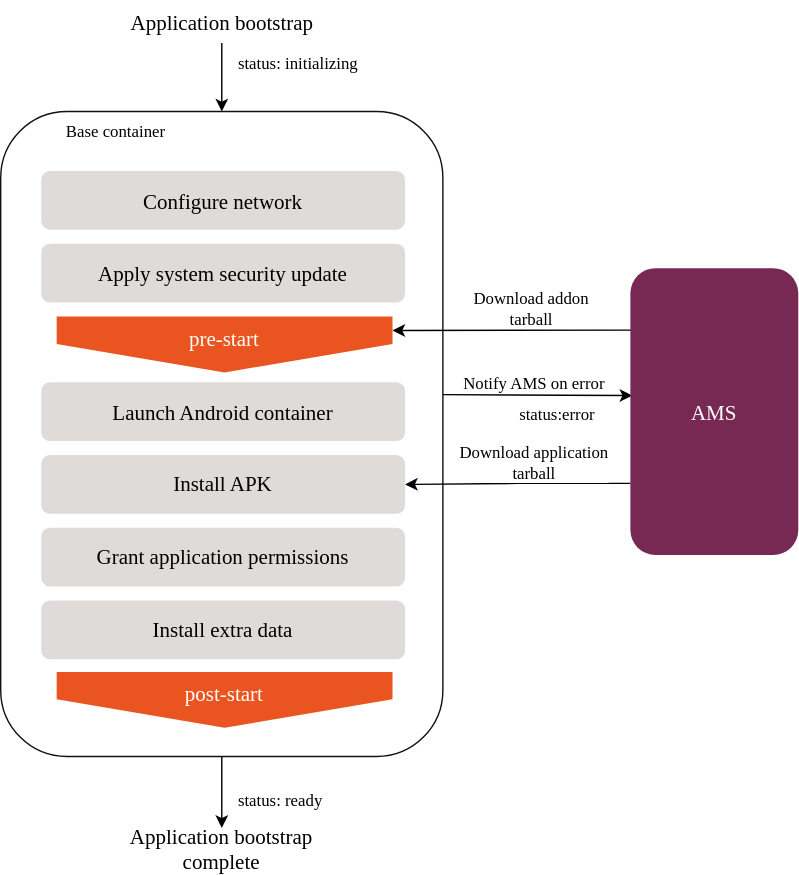
This is images/application-bootstrap.svg from anbox-cloud/discourse-docs, a draw.io export, as it was before one commit. Source tidied: cells renumbered, new cells last; positions are measured from the earlier drawing's top-left corner, leaving out a move shared by most shapes. Its diagram source:
```xml
<mxGraphModel>
  <root>
    <mxCell id="0" />
    <mxCell id="1" parent="0" />
    <mxCell id="2" style="edgeStyle=orthogonalEdgeStyle;rounded=0;jettySize=auto;html=1;fontFamily=ubuntu;fontSource=https%3A%2F%2Ffonts.googleapis.com%2Fcss%3Ffamily%3Dubuntu;fontSize=15;verticalAlign=bottom;startArrow=none;startFill=0;" parent="1" edge="1" source="11" target="6">
      <mxGeometry relative="1" as="geometry" />
    </mxCell>
    <mxCell id="3" style="edgeStyle=none;rounded=0;jettySize=auto;html=1;fontFamily=ubuntu;fontSource=https%3A%2F%2Ffonts.googleapis.com%2Fcss%3Ffamily%3Dubuntu;fontSize=12;startArrow=none;startFill=0;verticalAlign=bottom;exitX=0.999;exitY=0.439;exitDx=0;exitDy=0;exitPerimeter=0;entryX=0.011;entryY=0.444;entryDx=0;entryDy=0;entryPerimeter=0;" parent="1" edge="1" source="6" target="20">
      <mxGeometry relative="1" as="geometry" />
    </mxCell>
    <mxCell id="4" value="Notify AMS on error" style="edgeLabel;html=1;align=center;verticalAlign=bottom;fontSize=12;fontFamily=ubuntu;labelPosition=center;verticalLabelPosition=top;" parent="3" vertex="1">
      <mxGeometry x="-0.31" relative="1" as="geometry">
        <mxPoint x="18" as="offset" />
      </mxGeometry>
    </mxCell>
    <mxCell id="5" value="status:error" style="edgeLabel;html=1;align=left;verticalAlign=top;fontSize=12;fontFamily=ubuntu;labelPosition=right;verticalLabelPosition=bottom;" parent="3" vertex="1">
      <mxGeometry x="-0.21" relative="1" as="geometry" />
    </mxCell>
    <mxCell id="6" style="rounded=1;whiteSpace=wrap;html=1;fillColor=#FFFFFF;strokeColor=#111111;" parent="1" vertex="1">
      <mxGeometry y="79" width="316" height="461" as="geometry" />
    </mxCell>
    <mxCell id="7" value="&lt;font face=&quot;ubuntu&quot; style=&quot;font-size: 15px&quot;&gt;Apply system security update&lt;/font&gt;" style="rounded=1;whiteSpace=wrap;html=1;strokeColor=none;fillColor=#DEDBD8;" parent="1" vertex="1">
      <mxGeometry x="29" y="173.5" width="260" height="42" as="geometry" />
    </mxCell>
    <mxCell id="8" value="&lt;font face=&quot;ubuntu&quot; style=&quot;font-size: 15px&quot;&gt;Configure network&lt;/font&gt;" style="rounded=1;whiteSpace=wrap;html=1;strokeColor=none;fillColor=#DEDBD8;" parent="1" vertex="1">
      <mxGeometry x="29" y="121.5" width="260" height="42" as="geometry" />
    </mxCell>
    <mxCell id="9" value="&lt;span&gt;pre-start&lt;/span&gt;" style="shape=offPageConnector;whiteSpace=wrap;html=1;fillColor=#E95420;fontSize=15;fontColor=#FFFFFF;size=0.5093750000000015;verticalAlign=top;strokeColor=none;fontFamily=ubuntu;fontSource=https%3A%2F%2Ffonts.googleapis.com%2Fcss%3Ffamily%3Dubuntu;" parent="1" vertex="1">
      <mxGeometry x="40" y="225.5" width="240" height="40" as="geometry" />
    </mxCell>
    <mxCell id="10" value="&lt;span&gt;post-start&lt;/span&gt;" style="shape=offPageConnector;whiteSpace=wrap;html=1;fillColor=#E95420;fontSize=15;fontColor=#FFFFFF;size=0.5093750000000015;verticalAlign=top;strokeColor=none;fontFamily=ubuntu;fontSource=https%3A%2F%2Ffonts.googleapis.com%2Fcss%3Ffamily%3Dubuntu;" parent="1" vertex="1">
      <mxGeometry x="40" y="479.5" width="240" height="40" as="geometry" />
    </mxCell>
    <mxCell id="11" value="&lt;font style=&quot;font-size: 15px&quot;&gt;Application bootstrap&lt;/font&gt;" style="text;html=1;strokeColor=none;fillColor=none;align=center;verticalAlign=middle;whiteSpace=wrap;rounded=0;fontFamily=ubuntu;fontSource=https%3A%2F%2Ffonts.googleapis.com%2Fcss%3Ffamily%3Dubuntu;fontSize=15;" parent="1" vertex="1">
      <mxGeometry x="79.5" width="157" height="30" as="geometry" />
    </mxCell>
    <mxCell id="12" style="edgeStyle=orthogonalEdgeStyle;rounded=0;jettySize=auto;html=1;exitX=0.5;exitY=1;exitDx=0;exitDy=0;entryX=0.5;entryY=0;entryDx=0;entryDy=0;fontFamily=ubuntu;fontSource=https%3A%2F%2Ffonts.googleapis.com%2Fcss%3Ffamily%3Dubuntu;fontSize=15;verticalAlign=bottom;" parent="1" edge="1" source="6" target="13">
      <mxGeometry relative="1" as="geometry" />
    </mxCell>
    <mxCell id="13" value="&lt;font style=&quot;font-size: 15px&quot;&gt;Application bootstrap complete&lt;/font&gt;" style="text;html=1;strokeColor=none;fillColor=none;align=center;verticalAlign=middle;whiteSpace=wrap;rounded=0;fontFamily=ubuntu;fontSource=https%3A%2F%2Ffonts.googleapis.com%2Fcss%3Ffamily%3Dubuntu;fontSize=15;" parent="1" vertex="1">
      <mxGeometry x="63" y="591" width="190" height="30" as="geometry" />
    </mxCell>
    <mxCell id="14" value="&lt;font style=&quot;font-size: 12px&quot;&gt;status: initializing&lt;/font&gt;" style="text;html=1;align=left;verticalAlign=middle;fillColor=none;strokeColor=none;rounded=0;fontFamily=ubuntu;fontSource=https%3A%2F%2Ffonts.googleapis.com%2Fcss%3Ffamily%3Dubuntu;fontSize=15;" parent="1" vertex="1">
      <mxGeometry x="168" y="33" width="110" height="20" as="geometry" />
    </mxCell>
    <mxCell id="15" value="&lt;font style=&quot;font-size: 12px&quot;&gt;status: ready&lt;/font&gt;" style="text;html=1;align=left;verticalAlign=middle;fillColor=none;strokeColor=none;rounded=0;fontFamily=ubuntu;fontSource=https%3A%2F%2Ffonts.googleapis.com%2Fcss%3Ffamily%3Dubuntu;fontSize=15;" parent="1" vertex="1">
      <mxGeometry x="168" y="560" width="90" height="20" as="geometry" />
    </mxCell>
    <mxCell id="16" style="edgeStyle=none;rounded=0;jettySize=auto;html=1;exitX=0.006;exitY=0.216;exitDx=0;exitDy=0;entryX=1;entryY=0.25;entryDx=0;entryDy=0;fontFamily=ubuntu;fontSource=https%3A%2F%2Ffonts.googleapis.com%2Fcss%3Ffamily%3Dubuntu;fontSize=15;startArrow=none;startFill=0;verticalAlign=bottom;exitPerimeter=0;" parent="1" edge="1" source="20" target="9">
      <mxGeometry relative="1" as="geometry" />
    </mxCell>
    <mxCell id="17" value="Download addon&lt;br&gt;tarball" style="edgeLabel;html=1;align=center;verticalAlign=bottom;fontSize=12;fontFamily=ubuntu;labelPosition=center;verticalLabelPosition=top;" parent="16" vertex="1">
      <mxGeometry x="-0.27" y="1" relative="1" as="geometry">
        <mxPoint x="-10" y="-1" as="offset" />
      </mxGeometry>
    </mxCell>
    <mxCell id="18" style="edgeStyle=orthogonalEdgeStyle;rounded=0;jettySize=auto;html=1;exitX=0;exitY=0.75;exitDx=0;exitDy=0;" parent="1" edge="1" source="20" target="22">
      <mxGeometry relative="1" as="geometry" />
    </mxCell>
    <mxCell id="19" value="&lt;font face=&quot;ubuntu&quot; style=&quot;font-size: 12px&quot;&gt;Download application&lt;br&gt;tarball&lt;/font&gt;" style="edgeLabel;html=1;align=center;verticalAlign=bottom;labelPosition=center;verticalLabelPosition=top;" parent="18" vertex="1">
      <mxGeometry x="0.13" y="-1" relative="1" as="geometry">
        <mxPoint x="21" y="1" as="offset" />
      </mxGeometry>
    </mxCell>
    <mxCell id="20" value="&lt;font color=&quot;#ffffff&quot;&gt;AMS&lt;/font&gt;" style="rounded=1;whiteSpace=wrap;html=1;fontFamily=ubuntu;fontSource=https%3A%2F%2Ffonts.googleapis.com%2Fcss%3Ffamily%3Dubuntu;fontSize=15;fillColor=#772953;gradientColor=none;strokeColor=none;" parent="1" vertex="1">
      <mxGeometry x="450" y="191" width="120" height="205" as="geometry" />
    </mxCell>
    <mxCell id="21" value="Base container" style="text;html=1;strokeColor=none;fillColor=none;align=center;verticalAlign=middle;whiteSpace=wrap;rounded=0;fontFamily=ubuntu;fontSource=https%3A%2F%2Ffonts.googleapis.com%2Fcss%3Ffamily%3Dubuntu;fontSize=12;" parent="1" vertex="1">
      <mxGeometry x="29" y="79" width="107" height="30" as="geometry" />
    </mxCell>
    <mxCell id="22" value="&lt;font face=&quot;ubuntu&quot; style=&quot;font-size: 15px&quot;&gt;Install APK&lt;/font&gt;" style="rounded=1;whiteSpace=wrap;html=1;strokeColor=none;fillColor=#DEDBD8;" parent="1" vertex="1">
      <mxGeometry x="29" y="324.5" width="260" height="42" as="geometry" />
    </mxCell>
    <mxCell id="23" value="&lt;font face=&quot;ubuntu&quot; style=&quot;font-size: 15px&quot;&gt;Launch Android container&lt;/font&gt;" style="rounded=1;whiteSpace=wrap;html=1;strokeColor=none;fillColor=#DEDBD8;" parent="1" vertex="1">
      <mxGeometry x="29" y="272.5" width="260" height="42" as="geometry" />
    </mxCell>
    <mxCell id="24" value="&lt;font face=&quot;ubuntu&quot; style=&quot;font-size: 15px&quot;&gt;Install extra data&lt;/font&gt;" style="rounded=1;whiteSpace=wrap;html=1;strokeColor=none;fillColor=#DEDBD8;" parent="1" vertex="1">
      <mxGeometry x="29" y="428.5" width="260" height="42" as="geometry" />
    </mxCell>
    <mxCell id="25" value="&lt;font face=&quot;ubuntu&quot; style=&quot;font-size: 15px&quot;&gt;Grant application permissions&lt;/font&gt;" style="rounded=1;whiteSpace=wrap;html=1;strokeColor=none;fillColor=#DEDBD8;" parent="1" vertex="1">
      <mxGeometry x="29" y="376.5" width="260" height="42" as="geometry" />
    </mxCell>
  </root>
</mxGraphModel>
```
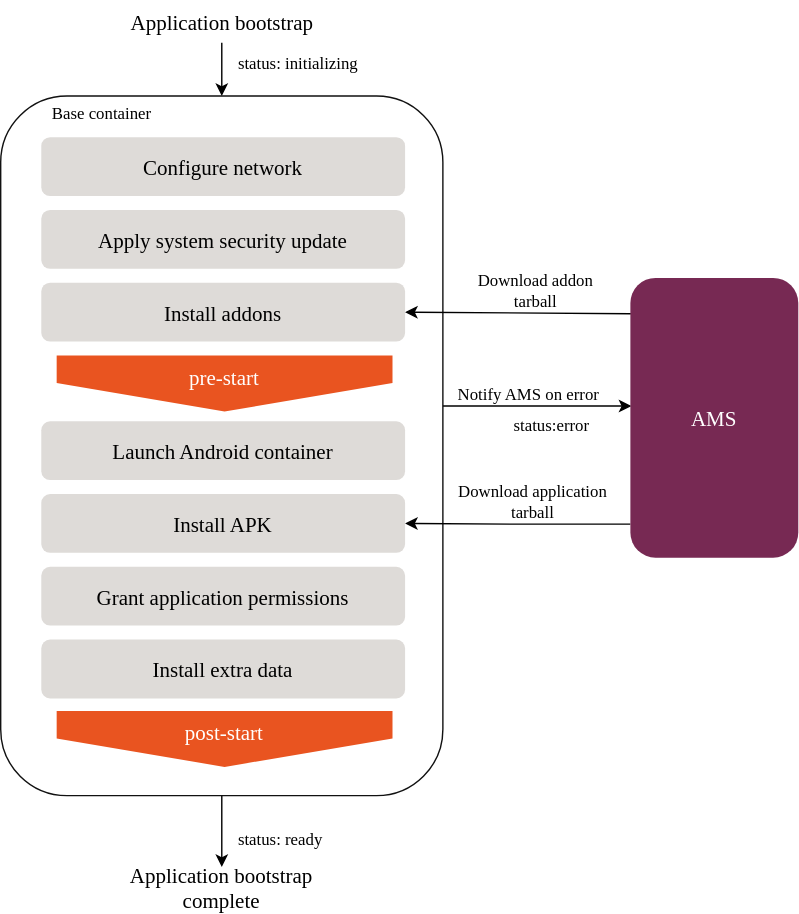
Above is the later version.

Change to the diagram source:
```diff
@@ -5,7 +5,7 @@
     <mxCell id="2" style="edgeStyle=orthogonalEdgeStyle;rounded=0;jettySize=auto;html=1;fontFamily=ubuntu;fontSource=https%3A%2F%2Ffonts.googleapis.com%2Fcss%3Ffamily%3Dubuntu;fontSize=15;verticalAlign=bottom;startArrow=none;startFill=0;" parent="1" edge="1" source="11" target="6">
       <mxGeometry relative="1" as="geometry" />
     </mxCell>
-    <mxCell id="3" style="edgeStyle=none;rounded=0;jettySize=auto;html=1;fontFamily=ubuntu;fontSource=https%3A%2F%2Ffonts.googleapis.com%2Fcss%3Ffamily%3Dubuntu;fontSize=12;startArrow=none;startFill=0;verticalAlign=bottom;exitX=0.999;exitY=0.439;exitDx=0;exitDy=0;exitPerimeter=0;entryX=0.011;entryY=0.444;entryDx=0;entryDy=0;entryPerimeter=0;" parent="1" edge="1" source="6" target="20">
+    <mxCell id="3" style="edgeStyle=none;rounded=0;jettySize=auto;html=1;fontFamily=ubuntu;fontSource=https%3A%2F%2Ffonts.googleapis.com%2Fcss%3Ffamily%3Dubuntu;fontSize=12;startArrow=none;startFill=0;verticalAlign=bottom;entryX=0.006;entryY=0.458;entryDx=0;entryDy=0;entryPerimeter=0;exitX=0.981;exitY=0.443;exitDx=0;exitDy=0;exitPerimeter=0;" parent="1" edge="1" source="6" target="20">
       <mxGeometry relative="1" as="geometry" />
     </mxCell>
     <mxCell id="4" value="Notify AMS on error" style="edgeLabel;html=1;align=center;verticalAlign=bottom;fontSize=12;fontFamily=ubuntu;labelPosition=center;verticalLabelPosition=top;" parent="3" vertex="1">
@@ -17,13 +17,13 @@
       <mxGeometry x="-0.21" relative="1" as="geometry" />
     </mxCell>
     <mxCell id="6" style="rounded=1;whiteSpace=wrap;html=1;fillColor=#FFFFFF;strokeColor=#111111;" parent="1" vertex="1">
-      <mxGeometry y="79" width="316" height="461" as="geometry" />
+      <mxGeometry y="40" width="316" height="500" as="geometry" />
     </mxCell>
-    <mxCell id="7" value="&lt;font face=&quot;ubuntu&quot; style=&quot;font-size: 15px&quot;&gt;Apply system security update&lt;/font&gt;" style="rounded=1;whiteSpace=wrap;html=1;strokeColor=none;fillColor=#DEDBD8;" parent="1" vertex="1">
+    <mxCell id="7" value="&lt;font face=&quot;ubuntu&quot; style=&quot;font-size: 15px&quot;&gt;Install addons&lt;/font&gt;" style="rounded=1;whiteSpace=wrap;html=1;strokeColor=none;fillColor=#DEDBD8;" parent="1" vertex="1">
       <mxGeometry x="29" y="173.5" width="260" height="42" as="geometry" />
     </mxCell>
     <mxCell id="8" value="&lt;font face=&quot;ubuntu&quot; style=&quot;font-size: 15px&quot;&gt;Configure network&lt;/font&gt;" style="rounded=1;whiteSpace=wrap;html=1;strokeColor=none;fillColor=#DEDBD8;" parent="1" vertex="1">
-      <mxGeometry x="29" y="121.5" width="260" height="42" as="geometry" />
+      <mxGeometry x="29" y="69.5" width="260" height="42" as="geometry" />
     </mxCell>
     <mxCell id="9" value="&lt;span&gt;pre-start&lt;/span&gt;" style="shape=offPageConnector;whiteSpace=wrap;html=1;fillColor=#E95420;fontSize=15;fontColor=#FFFFFF;size=0.5093750000000015;verticalAlign=top;strokeColor=none;fontFamily=ubuntu;fontSource=https%3A%2F%2Ffonts.googleapis.com%2Fcss%3Ffamily%3Dubuntu;" parent="1" vertex="1">
       <mxGeometry x="40" y="225.5" width="240" height="40" as="geometry" />
@@ -32,7 +32,7 @@
       <mxGeometry x="40" y="479.5" width="240" height="40" as="geometry" />
     </mxCell>
     <mxCell id="11" value="&lt;font style=&quot;font-size: 15px&quot;&gt;Application bootstrap&lt;/font&gt;" style="text;html=1;strokeColor=none;fillColor=none;align=center;verticalAlign=middle;whiteSpace=wrap;rounded=0;fontFamily=ubuntu;fontSource=https%3A%2F%2Ffonts.googleapis.com%2Fcss%3Ffamily%3Dubuntu;fontSize=15;" parent="1" vertex="1">
-      <mxGeometry x="79.5" width="157" height="30" as="geometry" />
+      <mxGeometry x="79.5" y="-28" width="157" height="30" as="geometry" />
     </mxCell>
     <mxCell id="12" style="edgeStyle=orthogonalEdgeStyle;rounded=0;jettySize=auto;html=1;exitX=0.5;exitY=1;exitDx=0;exitDy=0;entryX=0.5;entryY=0;entryDx=0;entryDy=0;fontFamily=ubuntu;fontSource=https%3A%2F%2Ffonts.googleapis.com%2Fcss%3Ffamily%3Dubuntu;fontSize=15;verticalAlign=bottom;" parent="1" edge="1" source="6" target="13">
       <mxGeometry relative="1" as="geometry" />
@@ -41,12 +41,12 @@
       <mxGeometry x="63" y="591" width="190" height="30" as="geometry" />
     </mxCell>
     <mxCell id="14" value="&lt;font style=&quot;font-size: 12px&quot;&gt;status: initializing&lt;/font&gt;" style="text;html=1;align=left;verticalAlign=middle;fillColor=none;strokeColor=none;rounded=0;fontFamily=ubuntu;fontSource=https%3A%2F%2Ffonts.googleapis.com%2Fcss%3Ffamily%3Dubuntu;fontSize=15;" parent="1" vertex="1">
-      <mxGeometry x="168" y="33" width="110" height="20" as="geometry" />
+      <mxGeometry x="168" y="5" width="110" height="20" as="geometry" />
     </mxCell>
     <mxCell id="15" value="&lt;font style=&quot;font-size: 12px&quot;&gt;status: ready&lt;/font&gt;" style="text;html=1;align=left;verticalAlign=middle;fillColor=none;strokeColor=none;rounded=0;fontFamily=ubuntu;fontSource=https%3A%2F%2Ffonts.googleapis.com%2Fcss%3Ffamily%3Dubuntu;fontSize=15;" parent="1" vertex="1">
       <mxGeometry x="168" y="560" width="90" height="20" as="geometry" />
     </mxCell>
-    <mxCell id="16" style="edgeStyle=none;rounded=0;jettySize=auto;html=1;exitX=0.006;exitY=0.216;exitDx=0;exitDy=0;entryX=1;entryY=0.25;entryDx=0;entryDy=0;fontFamily=ubuntu;fontSource=https%3A%2F%2Ffonts.googleapis.com%2Fcss%3Ffamily%3Dubuntu;fontSize=15;startArrow=none;startFill=0;verticalAlign=bottom;exitPerimeter=0;" parent="1" edge="1" source="20" target="9">
+    <mxCell id="16" style="edgeStyle=none;rounded=0;jettySize=auto;html=1;exitX=0.003;exitY=0.128;exitDx=0;exitDy=0;entryX=1;entryY=0.5;entryDx=0;entryDy=0;fontFamily=ubuntu;fontSource=https%3A%2F%2Ffonts.googleapis.com%2Fcss%3Ffamily%3Dubuntu;fontSize=15;startArrow=none;startFill=0;verticalAlign=bottom;exitPerimeter=0;" parent="1" edge="1" source="20" target="7">
       <mxGeometry relative="1" as="geometry" />
     </mxCell>
     <mxCell id="17" value="Download addon&lt;br&gt;tarball" style="edgeLabel;html=1;align=center;verticalAlign=bottom;fontSize=12;fontFamily=ubuntu;labelPosition=center;verticalLabelPosition=top;" parent="16" vertex="1">
@@ -54,7 +54,7 @@
         <mxPoint x="-10" y="-1" as="offset" />
       </mxGeometry>
     </mxCell>
-    <mxCell id="18" style="edgeStyle=orthogonalEdgeStyle;rounded=0;jettySize=auto;html=1;exitX=0;exitY=0.75;exitDx=0;exitDy=0;" parent="1" edge="1" source="20" target="22">
+    <mxCell id="18" style="edgeStyle=orthogonalEdgeStyle;rounded=0;jettySize=auto;html=1;exitX=0;exitY=0.88;exitDx=0;exitDy=0;exitPerimeter=0;" parent="1" edge="1" source="20" target="22">
       <mxGeometry relative="1" as="geometry" />
     </mxCell>
     <mxCell id="19" value="&lt;font face=&quot;ubuntu&quot; style=&quot;font-size: 12px&quot;&gt;Download application&lt;br&gt;tarball&lt;/font&gt;" style="edgeLabel;html=1;align=center;verticalAlign=bottom;labelPosition=center;verticalLabelPosition=top;" parent="18" vertex="1">
@@ -63,10 +63,10 @@
       </mxGeometry>
     </mxCell>
     <mxCell id="20" value="&lt;font color=&quot;#ffffff&quot;&gt;AMS&lt;/font&gt;" style="rounded=1;whiteSpace=wrap;html=1;fontFamily=ubuntu;fontSource=https%3A%2F%2Ffonts.googleapis.com%2Fcss%3Ffamily%3Dubuntu;fontSize=15;fillColor=#772953;gradientColor=none;strokeColor=none;" parent="1" vertex="1">
-      <mxGeometry x="450" y="191" width="120" height="205" as="geometry" />
+      <mxGeometry x="450" y="170" width="120" height="200" as="geometry" />
     </mxCell>
     <mxCell id="21" value="Base container" style="text;html=1;strokeColor=none;fillColor=none;align=center;verticalAlign=middle;whiteSpace=wrap;rounded=0;fontFamily=ubuntu;fontSource=https%3A%2F%2Ffonts.googleapis.com%2Fcss%3Ffamily%3Dubuntu;fontSize=12;" parent="1" vertex="1">
-      <mxGeometry x="29" y="79" width="107" height="30" as="geometry" />
+      <mxGeometry x="19" y="38" width="107" height="30" as="geometry" />
     </mxCell>
     <mxCell id="22" value="&lt;font face=&quot;ubuntu&quot; style=&quot;font-size: 15px&quot;&gt;Install APK&lt;/font&gt;" style="rounded=1;whiteSpace=wrap;html=1;strokeColor=none;fillColor=#DEDBD8;" parent="1" vertex="1">
       <mxGeometry x="29" y="324.5" width="260" height="42" as="geometry" />
@@ -80,5 +80,8 @@
     <mxCell id="25" value="&lt;font face=&quot;ubuntu&quot; style=&quot;font-size: 15px&quot;&gt;Grant application permissions&lt;/font&gt;" style="rounded=1;whiteSpace=wrap;html=1;strokeColor=none;fillColor=#DEDBD8;" parent="1" vertex="1">
       <mxGeometry x="29" y="376.5" width="260" height="42" as="geometry" />
     </mxCell>
+    <mxCell id="26" value="&lt;font face=&quot;ubuntu&quot; style=&quot;font-size: 15px&quot;&gt;Apply system security update&lt;/font&gt;" style="rounded=1;whiteSpace=wrap;html=1;strokeColor=none;fillColor=#DEDBD8;" parent="1" vertex="1">
+      <mxGeometry x="29" y="121.5" width="260" height="42" as="geometry" />
+    </mxCell>
   </root>
 </mxGraphModel>
```
